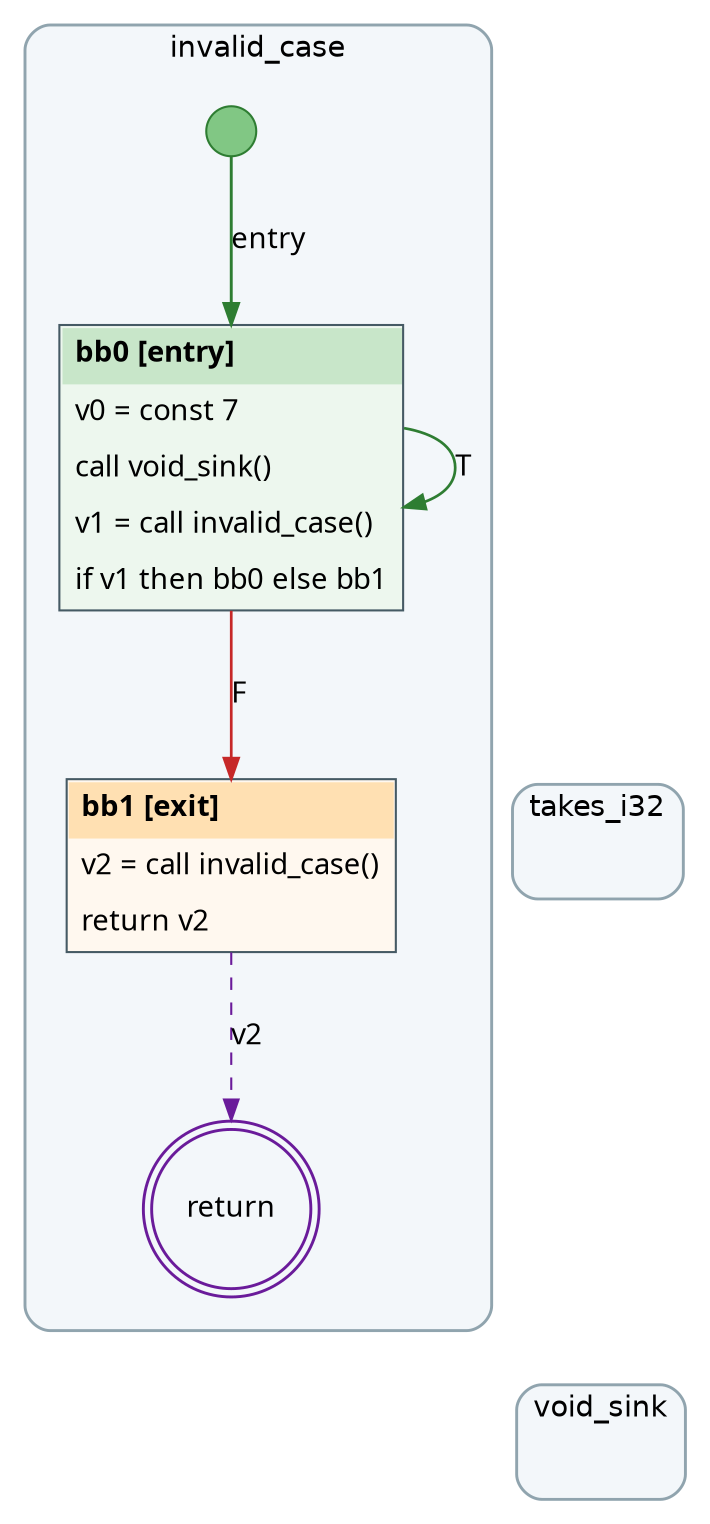
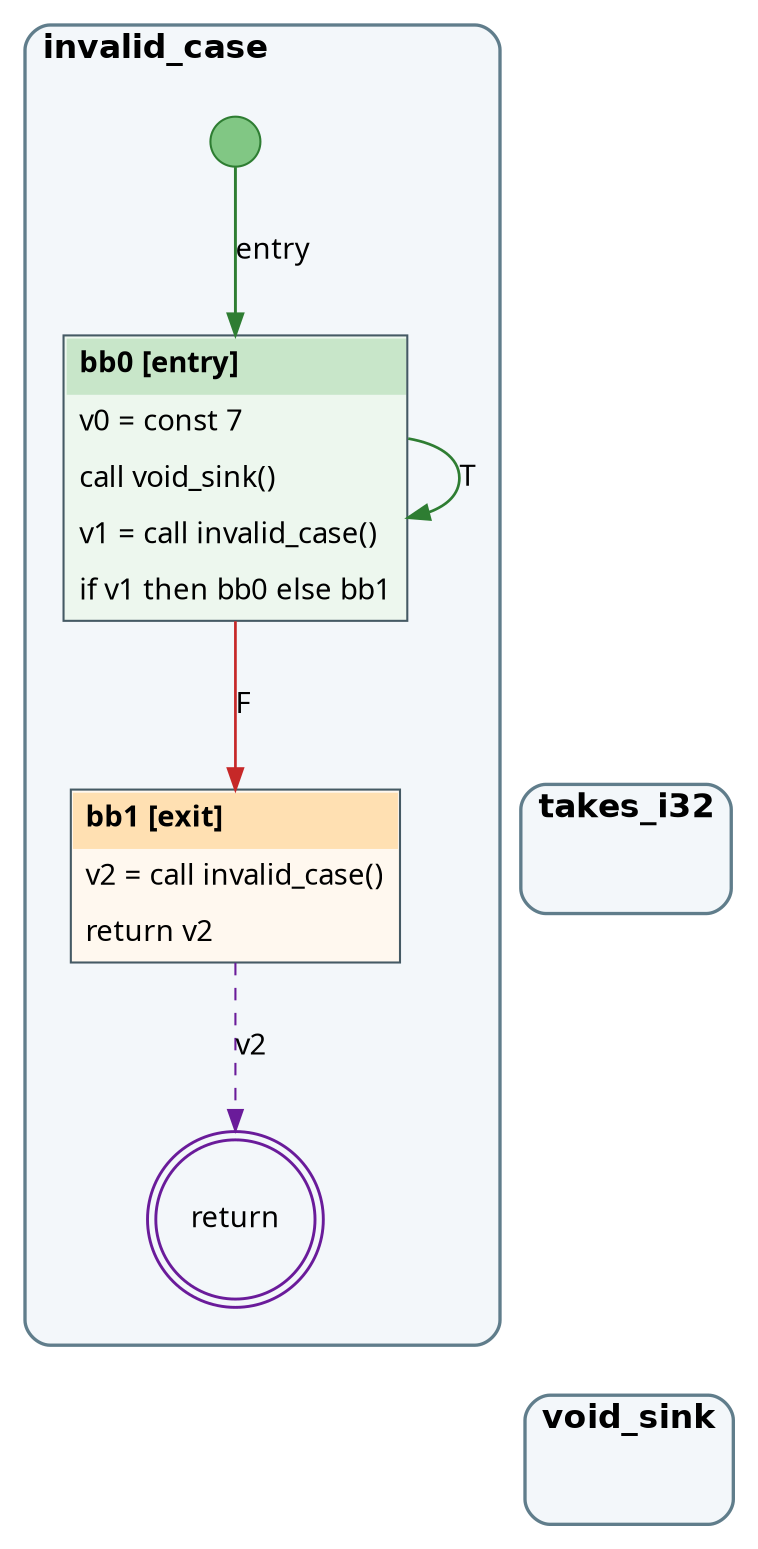
digraph SSA {
  rankdir=TB;
  newrank=true;
  ranksep=0.9;
  nodesep=0.35;
  splines=true;
  fontname="Helvetica";
  node [fontname="Menlo"];
  edge [fontname="Menlo"];
  subgraph cluster_f0 {
-     color="#90a4ae"; style="rounded,filled"; fillcolor="#f3f7fa"; penwidth=1.4;
-     margin=16;
-     labelloc=t; label="invalid_case";
+     color="#607d8b"; pencolor="#607d8b"; style=rounded; bgcolor="#f3f7fa"; penwidth=1.6;
+     margin=18;
+     labelloc=t; labeljust=l;
+     label=<<TABLE BORDER="0" CELLBORDER="0" CELLSPACING="0" CELLPADDING="0"><TR><TD ALIGN="LEFT"><FONT FACE="Helvetica" POINT-SIZE="16"><B>invalid_case</B></FONT></TD></TR></TABLE>>;
    f0_order [shape=point, style=invis, width=0, height=0, label=""];
    f0_entry [shape=circle, fixedsize=true, width=0.34, label="", style=filled, fillcolor="#81c784", color="#2e7d32"];
    f0_bb0 [shape=plain, margin=0, label=<
      <TABLE BORDER="1" CELLBORDER="0" CELLSPACING="0" CELLPADDING="6" COLOR="#455a64" BGCOLOR="#edf7ee">
        <TR><TD ALIGN="LEFT" BGCOLOR="#c8e6c9"><B>bb0 [entry]</B></TD></TR>
        <TR><TD ALIGN="LEFT"><FONT FACE="Menlo">v0 = const 7</FONT></TD></TR>
        <TR><TD ALIGN="LEFT"><FONT FACE="Menlo">call void_sink()</FONT></TD></TR>
        <TR><TD ALIGN="LEFT"><FONT FACE="Menlo">v1 = call invalid_case()</FONT></TD></TR>
        <TR><TD ALIGN="LEFT"><FONT FACE="Menlo">if v1 then bb0 else bb1</FONT></TD></TR>
      </TABLE>
    >];
    f0_bb1 [shape=plain, margin=0, label=<
      <TABLE BORDER="1" CELLBORDER="0" CELLSPACING="0" CELLPADDING="6" COLOR="#455a64" BGCOLOR="#fff8ef">
        <TR><TD ALIGN="LEFT" BGCOLOR="#ffe0b2"><B>bb1 [exit]</B></TD></TR>
        <TR><TD ALIGN="LEFT"><FONT FACE="Menlo">v2 = call invalid_case()</FONT></TD></TR>
        <TR><TD ALIGN="LEFT"><FONT FACE="Menlo">return v2</FONT></TD></TR>
      </TABLE>
    >];
    f0_entry -> f0_bb0 [label="entry", color="#2e7d32", penwidth=1.4];
    f0_bb0 -> f0_bb0 [label="T", color="#2e7d32", penwidth=1.3];
    f0_bb0 -> f0_bb1 [label="F", color="#c62828", penwidth=1.3];
    f0_ret [shape=doublecircle, label="return", color="#6a1b9a", penwidth=1.4];
    f0_bb1 -> f0_ret [style=dashed, color="#6a1b9a", label="v2"];
  }
  subgraph cluster_f1 {
-     color="#90a4ae"; style="rounded,filled"; fillcolor="#f3f7fa"; penwidth=1.4;
-     margin=16;
-     labelloc=t; label="takes_i32";
+     color="#607d8b"; pencolor="#607d8b"; style=rounded; bgcolor="#f3f7fa"; penwidth=1.6;
+     margin=18;
+     labelloc=t; labeljust=l;
+     label=<<TABLE BORDER="0" CELLBORDER="0" CELLSPACING="0" CELLPADDING="0"><TR><TD ALIGN="LEFT"><FONT FACE="Helvetica" POINT-SIZE="16"><B>takes_i32</B></FONT></TD></TR></TABLE>>;
    f1_order [shape=point, style=invis, width=0, height=0, label=""];
  }
  subgraph cluster_f2 {
-     color="#90a4ae"; style="rounded,filled"; fillcolor="#f3f7fa"; penwidth=1.4;
-     margin=16;
-     labelloc=t; label="void_sink";
+     color="#607d8b"; pencolor="#607d8b"; style=rounded; bgcolor="#f3f7fa"; penwidth=1.6;
+     margin=18;
+     labelloc=t; labeljust=l;
+     label=<<TABLE BORDER="0" CELLBORDER="0" CELLSPACING="0" CELLPADDING="0"><TR><TD ALIGN="LEFT"><FONT FACE="Helvetica" POINT-SIZE="16"><B>void_sink</B></FONT></TD></TR></TABLE>>;
    f2_order [shape=point, style=invis, width=0, height=0, label=""];
  }
  f0_order -> f1_order [style=invis, weight=200, minlen=2];
  f1_order -> f2_order [style=invis, weight=200, minlen=2];
}
